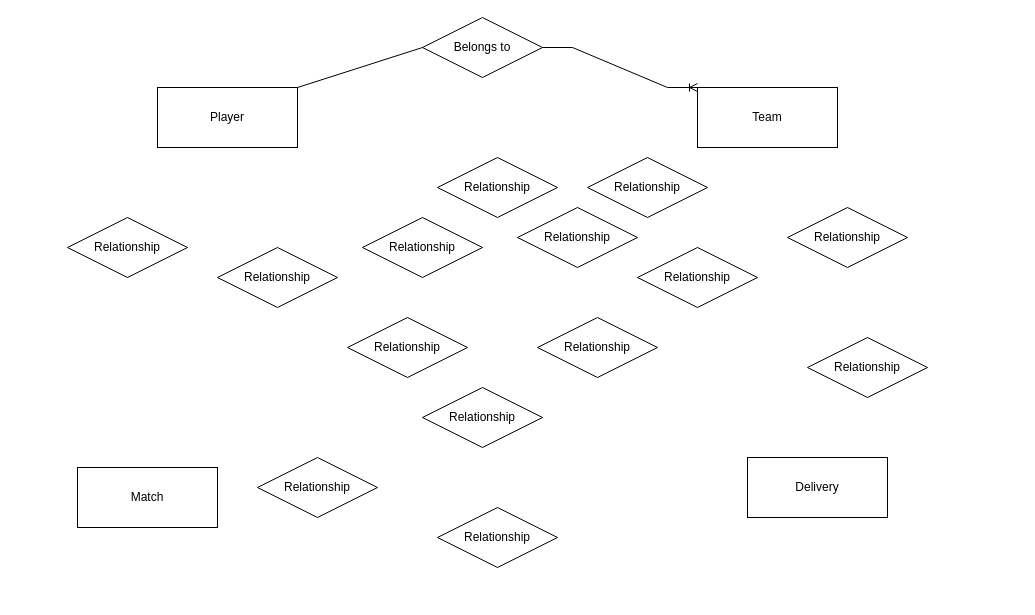
This is Untitled Diagram.drawio from Kstromz279/Module-0, a draw.io file, before an edit. Source tidied: cells renumbered, new cells numbered last; positions are measured from the earlier drawing's top-left corner, leaving out a move shared by most shapes. Both pictures are drawn from the tidied source at 100%, with x=0, y=0 at pixel (67, 17).
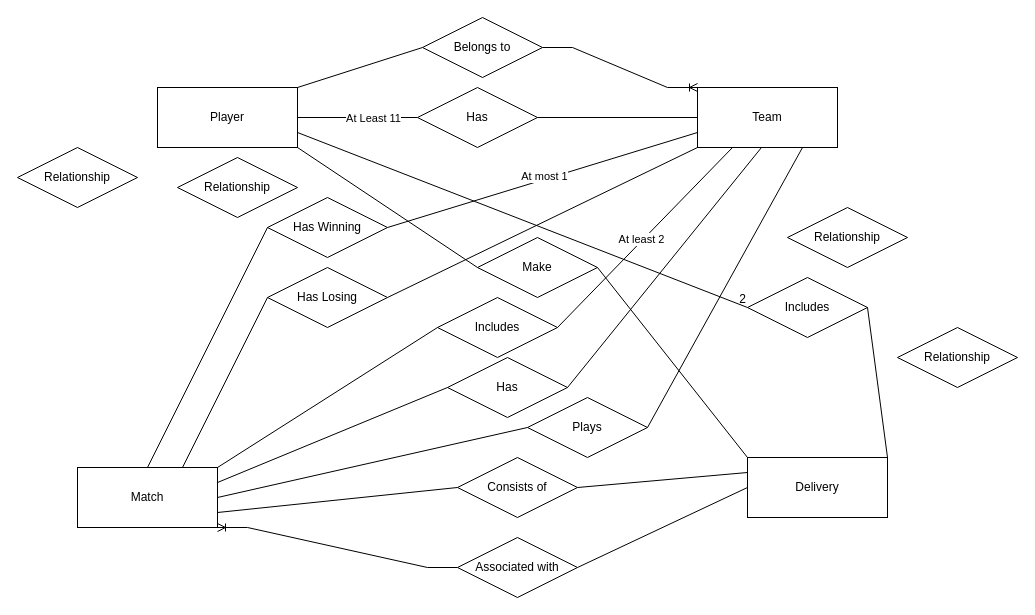
The same page after the edit.

Unchanged cells that the change refers to:
```xml
<mxCell id="2" value="Player" style="whiteSpace=wrap;html=1;align=center;" parent="1" vertex="1">
  <mxGeometry x="90" y="70" width="140" height="60" as="geometry" />
</mxCell>
<mxCell id="3" value="Team" style="whiteSpace=wrap;html=1;align=center;" parent="1" vertex="1">
  <mxGeometry x="630" y="70" width="140" height="60" as="geometry" />
</mxCell>
<mxCell id="4" value="Delivery" style="whiteSpace=wrap;html=1;align=center;" parent="1" vertex="1">
  <mxGeometry x="680" y="440" width="140" height="60" as="geometry" />
</mxCell>
<mxCell id="5" value="Match" style="whiteSpace=wrap;html=1;align=center;" parent="1" vertex="1">
  <mxGeometry x="10" y="450" width="140" height="60" as="geometry" />
</mxCell>
```

What changed in the source:
```diff
@@
-    <mxCell id="6" value="Relationship" style="shape=rhombus;perimeter=rhombusPerimeter;whiteSpace=wrap;html=1;align=center;" parent="1" vertex="1">
-      <mxGeometry x="370" y="490" width="120" height="60" as="geometry" />
+    <mxCell id="6" value="Associated with" style="shape=rhombus;perimeter=rhombusPerimeter;whiteSpace=wrap;html=1;align=center;" parent="1" vertex="1">
+      <mxGeometry x="390" y="520" width="120" height="60" as="geometry" />
     </mxCell>
     <mxCell id="7" value="Relationship" style="shape=rhombus;perimeter=rhombusPerimeter;whiteSpace=wrap;html=1;align=center;" parent="1" vertex="1">
-      <mxGeometry x="740" y="320" width="120" height="60" as="geometry" />
+      <mxGeometry x="830" y="310" width="120" height="60" as="geometry" />
     </mxCell>
-    <mxCell id="8" value="Relationship" style="shape=rhombus;perimeter=rhombusPerimeter;whiteSpace=wrap;html=1;align=center;" parent="1" vertex="1">
-      <mxGeometry x="190" y="440" width="120" height="60" as="geometry" />
+    <mxCell id="8" value="Consists of" style="shape=rhombus;perimeter=rhombusPerimeter;whiteSpace=wrap;html=1;align=center;" parent="1" vertex="1">
+      <mxGeometry x="390" y="440" width="120" height="60" as="geometry" />
     </mxCell>
@@
-    <mxCell id="10" value="Relationship" style="shape=rhombus;perimeter=rhombusPerimeter;whiteSpace=wrap;html=1;align=center;" parent="1" vertex="1">
-      <mxGeometry y="200" width="120" height="60" as="geometry" />
+    <mxCell id="10" value="Has Losing" style="shape=rhombus;perimeter=rhombusPerimeter;whiteSpace=wrap;html=1;align=center;" parent="1" vertex="1">
+      <mxGeometry x="200" y="250" width="120" height="60" as="geometry" />
     </mxCell>
-    <mxCell id="11" value="Relationship" style="shape=rhombus;perimeter=rhombusPerimeter;whiteSpace=wrap;html=1;align=center;" parent="1" vertex="1">
-      <mxGeometry x="520" y="140" width="120" height="60" as="geometry" />
+    <mxCell id="11" value="Has Winning" style="shape=rhombus;perimeter=rhombusPerimeter;whiteSpace=wrap;html=1;align=center;" parent="1" vertex="1">
+      <mxGeometry x="200" y="180" width="120" height="60" as="geometry" />
     </mxCell>
@@
-    <mxCell id="13" value="Relationship" style="shape=rhombus;perimeter=rhombusPerimeter;whiteSpace=wrap;html=1;align=center;" parent="1" vertex="1">
-      <mxGeometry x="470" y="300" width="120" height="60" as="geometry" />
+    <mxCell id="13" value="Plays" style="shape=rhombus;perimeter=rhombusPerimeter;whiteSpace=wrap;html=1;align=center;" parent="1" vertex="1">
+      <mxGeometry x="460" y="380" width="120" height="60" as="geometry" />
     </mxCell>
-    <mxCell id="14" value="Relationship" style="shape=rhombus;perimeter=rhombusPerimeter;whiteSpace=wrap;html=1;align=center;" parent="1" vertex="1">
-      <mxGeometry x="280" y="300" width="120" height="60" as="geometry" />
+    <mxCell id="14" value="Make" style="shape=rhombus;perimeter=rhombusPerimeter;whiteSpace=wrap;html=1;align=center;" parent="1" vertex="1">
+      <mxGeometry x="410" y="220" width="120" height="60" as="geometry" />
     </mxCell>
     <mxCell id="15" value="Relationship" style="shape=rhombus;perimeter=rhombusPerimeter;whiteSpace=wrap;html=1;align=center;" parent="1" vertex="1">
-      <mxGeometry x="450" y="190" width="120" height="60" as="geometry" />
+      <mxGeometry x="-50" y="130" width="120" height="60" as="geometry" />
     </mxCell>
-    <mxCell id="16" value="Relationship" style="shape=rhombus;perimeter=rhombusPerimeter;whiteSpace=wrap;html=1;align=center;" parent="1" vertex="1">
-      <mxGeometry x="295" y="200" width="120" height="60" as="geometry" />
+    <mxCell id="16" value="Has" style="shape=rhombus;perimeter=rhombusPerimeter;whiteSpace=wrap;html=1;align=center;" parent="1" vertex="1">
+      <mxGeometry x="380" y="340" width="120" height="60" as="geometry" />
     </mxCell>
-    <mxCell id="17" value="Relationship" style="shape=rhombus;perimeter=rhombusPerimeter;whiteSpace=wrap;html=1;align=center;" parent="1" vertex="1">
-      <mxGeometry x="355" y="370" width="120" height="60" as="geometry" />
+    <mxCell id="17" value="Includes" style="shape=rhombus;perimeter=rhombusPerimeter;whiteSpace=wrap;html=1;align=center;" parent="1" vertex="1">
+      <mxGeometry x="680" y="260" width="120" height="60" as="geometry" />
     </mxCell>
-    <mxCell id="18" value="Relationship" style="shape=rhombus;perimeter=rhombusPerimeter;whiteSpace=wrap;html=1;align=center;" parent="1" vertex="1">
-      <mxGeometry x="570" y="230" width="120" height="60" as="geometry" />
+    <mxCell id="18" value="Includes" style="shape=rhombus;perimeter=rhombusPerimeter;whiteSpace=wrap;html=1;align=center;" parent="1" vertex="1">
+      <mxGeometry x="370" y="280" width="120" height="60" as="geometry" />
     </mxCell>
     <mxCell id="19" value="Relationship" style="shape=rhombus;perimeter=rhombusPerimeter;whiteSpace=wrap;html=1;align=center;" parent="1" vertex="1">
-      <mxGeometry x="150" y="230" width="120" height="60" as="geometry" />
+      <mxGeometry x="110" y="140" width="120" height="60" as="geometry" />
     </mxCell>
-    <mxCell id="20" value="Relationship" style="shape=rhombus;perimeter=rhombusPerimeter;whiteSpace=wrap;html=1;align=center;" parent="1" vertex="1">
-      <mxGeometry x="370" y="140" width="120" height="60" as="geometry" />
+    <mxCell id="20" value="Has" style="shape=rhombus;perimeter=rhombusPerimeter;whiteSpace=wrap;html=1;align=center;" parent="1" vertex="1">
+      <mxGeometry x="350" y="70" width="120" height="60" as="geometry" />
     </mxCell>
@@
+    <mxCell id="23" style="endArrow=none;html=1;rounded=0;exitX=1;exitY=0;exitDx=0;exitDy=0;entryX=0;entryY=0.5;entryDx=0;entryDy=0;" parent="1" edge="1" source="5" target="18">
+      <mxGeometry relative="1" as="geometry" />
+    </mxCell>
+    <mxCell id="24" style="endArrow=none;html=1;rounded=0;exitX=1;exitY=0.5;exitDx=0;exitDy=0;entryX=0.25;entryY=1;entryDx=0;entryDy=0;" parent="1" edge="1" source="18" target="3">
+      <mxGeometry relative="1" as="geometry" />
+    </mxCell>
+    <mxCell id="25" value="At least 2" style="edgeLabel;html=1;align=center;verticalAlign=middle;" parent="24" vertex="1">
+      <mxGeometry x="-0.03" y="2" relative="1" as="geometry" />
+    </mxCell>
+    <mxCell id="26" style="endArrow=none;html=1;rounded=0;exitX=0;exitY=0.5;exitDx=0;exitDy=0;entryX=1;entryY=0.5;entryDx=0;entryDy=0;" parent="1" edge="1" source="13" target="5">
+      <mxGeometry relative="1" as="geometry" />
+    </mxCell>
+    <mxCell id="27" style="endArrow=none;html=1;rounded=0;exitX=1;exitY=0.75;exitDx=0;exitDy=0;entryX=0;entryY=0.5;entryDx=0;entryDy=0;" parent="1" edge="1" source="5" target="8">
+      <mxGeometry relative="1" as="geometry" />
+    </mxCell>
+    <mxCell id="28" style="endArrow=none;html=1;rounded=0;exitX=1;exitY=0.5;exitDx=0;exitDy=0;entryX=0;entryY=0.25;entryDx=0;entryDy=0;" parent="1" edge="1" source="8" target="4">
+      <mxGeometry relative="1" as="geometry" />
+    </mxCell>
+    <mxCell id="29" style="endArrow=none;html=1;rounded=0;exitX=1;exitY=1;exitDx=0;exitDy=0;entryX=0;entryY=0.5;entryDx=0;entryDy=0;" parent="1" edge="1" source="2" target="14">
+      <mxGeometry relative="1" as="geometry" />
+    </mxCell>
+    <mxCell id="30" style="endArrow=none;html=1;rounded=0;exitX=1;exitY=0.5;exitDx=0;exitDy=0;entryX=0;entryY=0;entryDx=0;entryDy=0;" parent="1" edge="1" source="14" target="4">
+      <mxGeometry relative="1" as="geometry" />
+    </mxCell>
+    <mxCell id="31" style="edgeStyle=entityRelationEdgeStyle;fontSize=12;html=1;endArrow=ERoneToMany;rounded=0;entryX=1;entryY=1;entryDx=0;entryDy=0;" parent="1" edge="1" source="6" target="5">
+      <mxGeometry relative="1" as="geometry" />
+    </mxCell>
+    <mxCell id="32" style="endArrow=none;html=1;rounded=0;exitX=1;exitY=0.5;exitDx=0;exitDy=0;entryX=0;entryY=0.5;entryDx=0;entryDy=0;" parent="1" edge="1" source="6" target="4">
+      <mxGeometry relative="1" as="geometry" />
+    </mxCell>
+    <mxCell id="33" style="endArrow=none;html=1;rounded=0;exitX=1;exitY=0.5;exitDx=0;exitDy=0;entryX=0;entryY=0.5;entryDx=0;entryDy=0;" parent="1" edge="1" source="20" target="3">
+      <mxGeometry relative="1" as="geometry" />
+    </mxCell>
+    <mxCell id="34" style="endArrow=none;html=1;rounded=0;exitX=1;exitY=0.5;exitDx=0;exitDy=0;entryX=0;entryY=0.5;entryDx=0;entryDy=0;" parent="1" edge="1" source="2" target="20">
+      <mxGeometry relative="1" as="geometry" />
+    </mxCell>
+    <mxCell id="35" value="At Least 11" style="edgeLabel;html=1;align=center;verticalAlign=middle;" parent="34" vertex="1">
+      <mxGeometry x="0.25" relative="1" as="geometry" />
+    </mxCell>
+    <mxCell id="36" style="endArrow=none;html=1;rounded=0;exitX=1;exitY=0.5;exitDx=0;exitDy=0;entryX=0;entryY=0.75;entryDx=0;entryDy=0;" parent="1" edge="1" source="11" target="3">
+      <mxGeometry relative="1" as="geometry" />
+    </mxCell>
+    <mxCell id="37" value="At most 1" style="edgeLabel;html=1;align=center;verticalAlign=middle;" parent="36" vertex="1">
+      <mxGeometry x="0.02" y="3" relative="1" as="geometry" />
+    </mxCell>
+    <mxCell id="38" style="endArrow=none;html=1;rounded=0;exitX=0.5;exitY=0;exitDx=0;exitDy=0;entryX=0;entryY=0.5;entryDx=0;entryDy=0;" parent="1" edge="1" source="5" target="11">
+      <mxGeometry relative="1" as="geometry" />
+    </mxCell>
+    <mxCell id="39" style="endArrow=none;html=1;rounded=0;exitX=1;exitY=0.75;exitDx=0;exitDy=0;entryX=0;entryY=0.5;entryDx=0;entryDy=0;" parent="1" edge="1" source="2" target="17">
+      <mxGeometry relative="1" as="geometry" />
+    </mxCell>
+    <mxCell id="40" value="2" style="html=1;whiteSpace=wrap;align=right;verticalAlign=bottom;" parent="39" vertex="1">
+      <mxGeometry x="1" relative="1" as="geometry" />
+    </mxCell>
+    <mxCell id="41" style="endArrow=none;html=1;rounded=0;exitX=1;exitY=0.5;exitDx=0;exitDy=0;entryX=1;entryY=0;entryDx=0;entryDy=0;" parent="1" edge="1" source="17" target="4">
+      <mxGeometry relative="1" as="geometry" />
+    </mxCell>
+    <mxCell id="42" style="endArrow=none;html=1;rounded=0;exitX=1;exitY=0.25;exitDx=0;exitDy=0;entryX=0;entryY=0.5;entryDx=0;entryDy=0;" parent="1" edge="1" source="5" target="16">
+      <mxGeometry relative="1" as="geometry" />
+    </mxCell>
+    <mxCell id="43" style="endArrow=none;html=1;rounded=0;exitX=1;exitY=0.5;exitDx=0;exitDy=0;entryX=0.457;entryY=1;entryDx=0;entryDy=0;entryPerimeter=0;" parent="1" edge="1" source="16" target="3">
+      <mxGeometry relative="1" as="geometry" />
+    </mxCell>
+    <mxCell id="44" style="endArrow=none;html=1;rounded=0;exitX=1;exitY=0.5;exitDx=0;exitDy=0;entryX=0.75;entryY=1;entryDx=0;entryDy=0;" parent="1" edge="1" source="13" target="3">
+      <mxGeometry relative="1" as="geometry" />
+    </mxCell>
+    <mxCell id="45" style="endArrow=none;html=1;rounded=0;exitX=0.75;exitY=0;exitDx=0;exitDy=0;entryX=0;entryY=0.5;entryDx=0;entryDy=0;" parent="1" edge="1" source="5" target="10">
+      <mxGeometry relative="1" as="geometry" />
+    </mxCell>
+    <mxCell id="46" style="endArrow=none;html=1;rounded=0;exitX=1;exitY=0.5;exitDx=0;exitDy=0;entryX=0;entryY=1;entryDx=0;entryDy=0;" parent="1" edge="1" source="10" target="3">
+      <mxGeometry relative="1" as="geometry" />
+    </mxCell>
```
